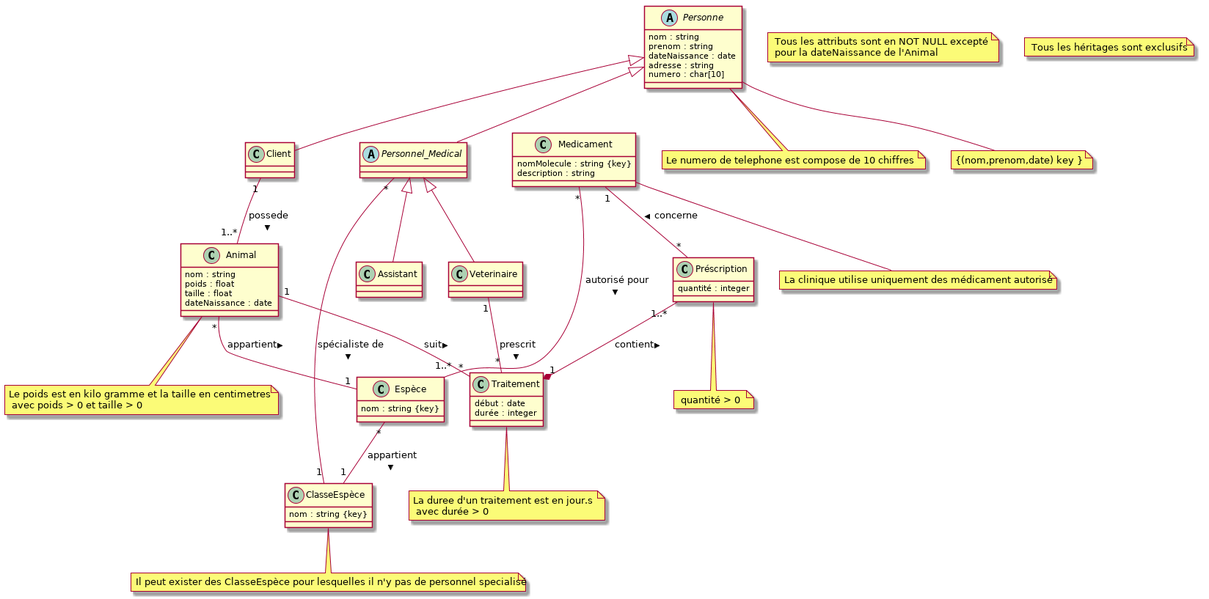
Above: clinique_uml_v1.png in giacat-tran0198/PHP_Veterinary_Clinic (PlantUML), before the change.
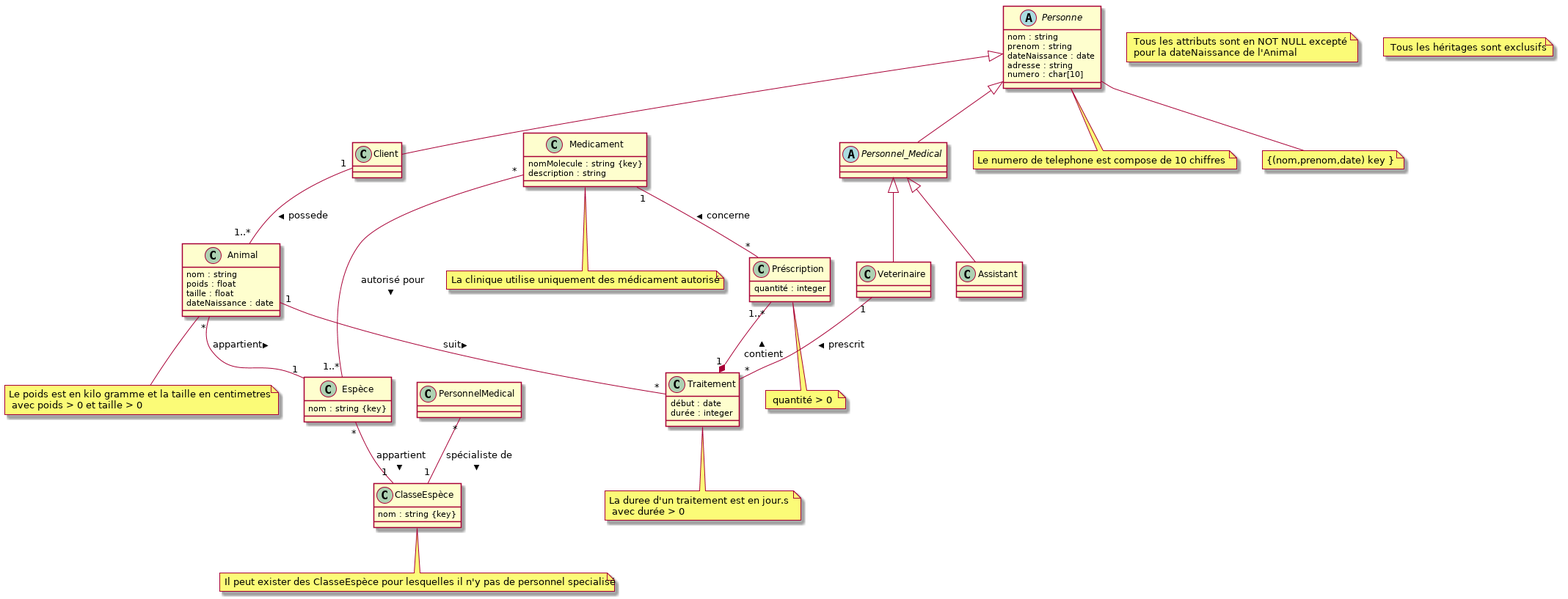
The same file after the commit.

Commit message:
ecriture standard

What changed in the source:
```diff
@@ -11,7 +11,7 @@
 
 }
 
-class Personnel_Medical  {
+class PersonnelMedical  {
 
 }
 
@@ -66,7 +66,7 @@
 Préscription "1..*" --* "1" Traitement : contient <
 Animal "*" -- "1" Espèce : appartient >
 Espèce "*" -- "1" ClasseEspèce : appartient >
-Personnel_Medical "*" -- "1" ClasseEspèce : spécialiste de  >
+PersonnelMedical "*" -- "1" ClasseEspèce : spécialiste de  >
 Medicament "*" -- "1..*" Espèce : autorisé pour >
 
 
```
